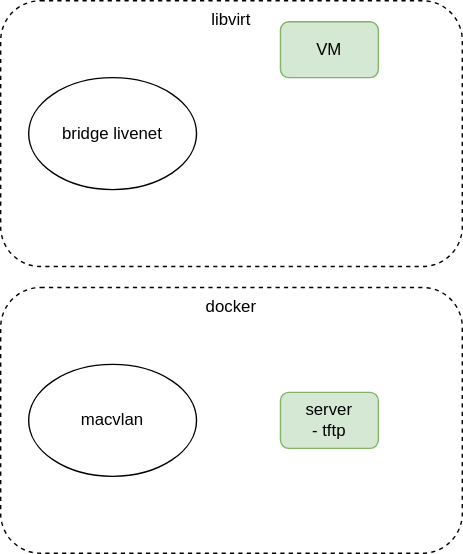
This is images/network.drawio.svg from scipioni/livenet, a draw.io export, as it was before one commit. Source tidied: cells renumbered, new cells last; positions are measured from the earlier drawing's top-left corner, leaving out a move shared by most shapes. Source of this version:
```xml
<mxGraphModel>
  <root>
    <mxCell id="0" />
    <mxCell id="1" parent="0" />
    <mxCell id="2" value="libvirt" style="rounded=1;whiteSpace=wrap;html=1;dashed=1;horizontal=1;verticalAlign=top;" parent="1" vertex="1">
      <mxGeometry width="330" height="190" as="geometry" />
    </mxCell>
    <mxCell id="3" value="VM" style="rounded=1;whiteSpace=wrap;html=1;fillColor=#d5e8d4;strokeColor=#82b366;" parent="1" vertex="1">
      <mxGeometry x="200" y="15" width="70" height="40" as="geometry" />
    </mxCell>
    <mxCell id="4" value="bridge livenet" style="ellipse;whiteSpace=wrap;html=1;" parent="1" vertex="1">
      <mxGeometry x="20" y="55" width="120" height="80" as="geometry" />
    </mxCell>
    <mxCell id="5" value="docker" style="rounded=1;whiteSpace=wrap;html=1;dashed=1;horizontal=1;verticalAlign=top;" parent="1" vertex="1">
      <mxGeometry y="205" width="330" height="190" as="geometry" />
    </mxCell>
    <mxCell id="6" value="macvlan" style="ellipse;whiteSpace=wrap;html=1;" parent="1" vertex="1">
      <mxGeometry x="20" y="260" width="120" height="80" as="geometry" />
    </mxCell>
    <mxCell id="7" value="server&lt;br&gt;- tftp" style="rounded=1;whiteSpace=wrap;html=1;fillColor=#d5e8d4;strokeColor=#82b366;" parent="1" vertex="1">
      <mxGeometry x="200" y="280" width="70" height="40" as="geometry" />
    </mxCell>
  </root>
</mxGraphModel>
```
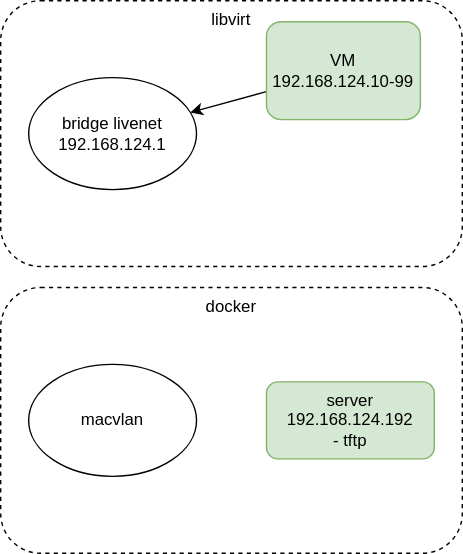
After the change.

Commit message:
try to boot via bios/tftp

Change to the diagram source:
```diff
@@ -5,10 +5,13 @@
     <mxCell id="2" value="libvirt" style="rounded=1;whiteSpace=wrap;html=1;dashed=1;horizontal=1;verticalAlign=top;" parent="1" vertex="1">
       <mxGeometry width="330" height="190" as="geometry" />
     </mxCell>
+    <mxCell id="8" style="edgeStyle=none;html=1;" parent="1" edge="1" source="3" target="4">
+      <mxGeometry relative="1" as="geometry" />
+    </mxCell>
-    <mxCell id="3" value="VM" style="rounded=1;whiteSpace=wrap;html=1;fillColor=#d5e8d4;strokeColor=#82b366;" parent="1" vertex="1">
-      <mxGeometry x="200" y="15" width="70" height="40" as="geometry" />
+    <mxCell id="3" value="&lt;div&gt;VM&lt;/div&gt;&lt;div&gt;192.168.124.10-99&lt;/div&gt;" style="rounded=1;whiteSpace=wrap;html=1;fillColor=#d5e8d4;strokeColor=#82b366;" parent="1" vertex="1">
+      <mxGeometry x="190" y="15" width="110" height="70" as="geometry" />
     </mxCell>
-    <mxCell id="4" value="bridge livenet" style="ellipse;whiteSpace=wrap;html=1;" parent="1" vertex="1">
+    <mxCell id="4" value="bridge livenet&lt;br&gt;192.168.124.1" style="ellipse;whiteSpace=wrap;html=1;" parent="1" vertex="1">
       <mxGeometry x="20" y="55" width="120" height="80" as="geometry" />
     </mxCell>
     <mxCell id="5" value="docker" style="rounded=1;whiteSpace=wrap;html=1;dashed=1;horizontal=1;verticalAlign=top;" parent="1" vertex="1">
@@ -17,8 +20,8 @@
     <mxCell id="6" value="macvlan" style="ellipse;whiteSpace=wrap;html=1;" parent="1" vertex="1">
       <mxGeometry x="20" y="260" width="120" height="80" as="geometry" />
     </mxCell>
-    <mxCell id="7" value="server&lt;br&gt;- tftp" style="rounded=1;whiteSpace=wrap;html=1;fillColor=#d5e8d4;strokeColor=#82b366;" parent="1" vertex="1">
-      <mxGeometry x="200" y="280" width="70" height="40" as="geometry" />
+    <mxCell id="7" value="server&lt;br&gt;192.168.124.192&lt;br&gt;- tftp" style="rounded=1;whiteSpace=wrap;html=1;fillColor=#d5e8d4;strokeColor=#82b366;" parent="1" vertex="1">
+      <mxGeometry x="190" y="272.5" width="120" height="55" as="geometry" />
     </mxCell>
   </root>
 </mxGraphModel>
```
